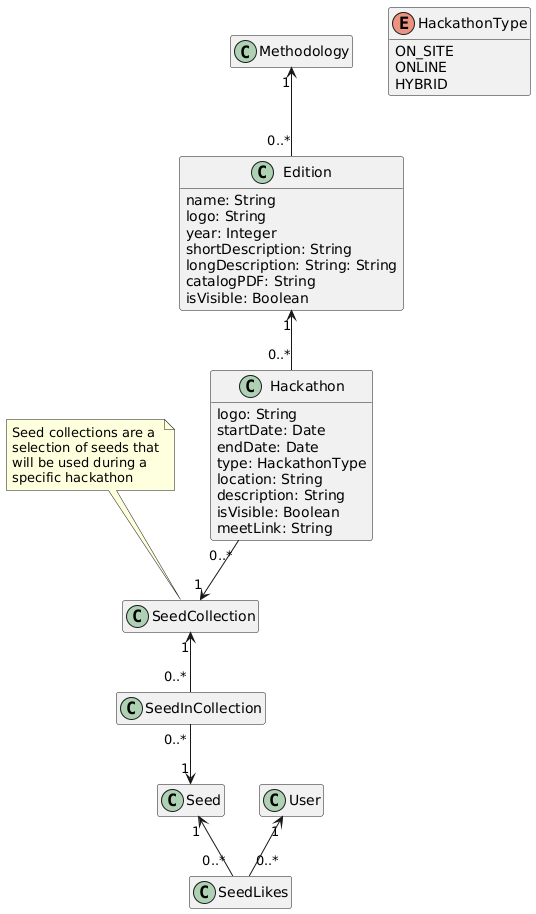
Before: docs/diagrams/domain/AppSciArt_structure.png, a diagram exported from PlantUML (sciart-org/AppSciArt). Its source is kept beside it as docs/diagrams/domain/AppSciArt_structure.iuml.
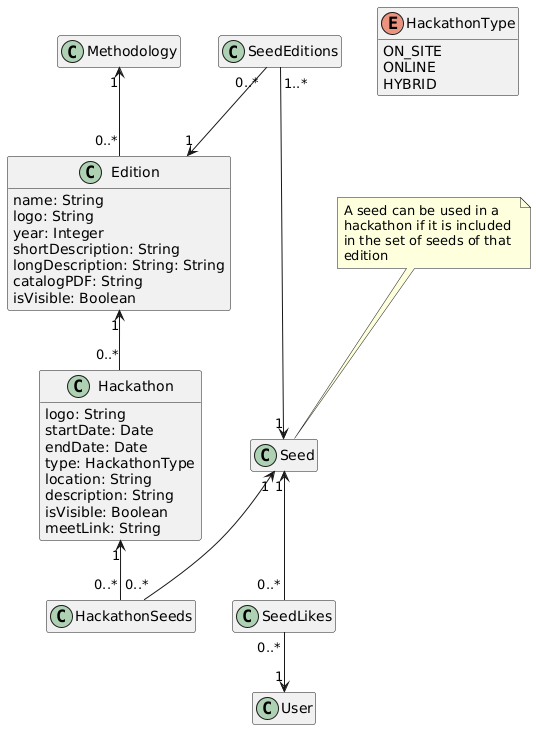
Above is the later version.

Commit message:
docs: changes in relations and entities of the domain model

Created SeedEditions and HackathonSeeds intermediate tables in the domain model, to simplify its implementation

What changed in the source:
```diff
@@ -2,19 +2,20 @@
 
 hide empty members
 
-note "Seed collections are a \nselection of seeds that\nwill be used during a \nspecific hackathon" as n1
-n1 .. SeedCollection
+note "A seed can be used in a \nhackathon if it is included \nin the set of seeds of that \nedition" as n1
+n1 .. Seed
 
 Methodology "1" <-- "0..*" Edition
 
 Edition "1" <-- "0..*" Hackathon
 
-Hackathon "0..*" --> "1" SeedCollection
-SeedCollection "1" <-- "0..*" SeedInCollection
-SeedInCollection "0..*" --> "1" Seed
+Seed "1" <-up-- "1..*" SeedEditions
+Edition "1" <-left-- "0..*" SeedEditions
+Seed "1" <-down- "0..*" HackathonSeeds
+Hackathon "1" <-down- "0..*" HackathonSeeds
 
 Seed "1" <-- "0..*" SeedLikes
-User "1" <-- "0..*" SeedLikes
+User "1" <-up- "0..*" SeedLikes
 
 class Hackathon {
   logo: String
```
